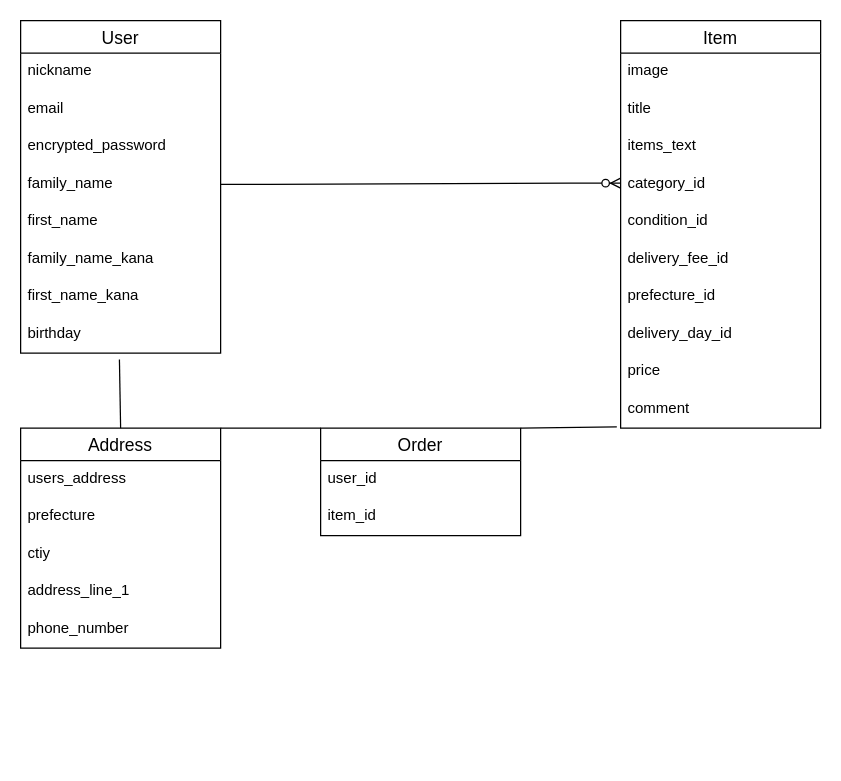
Before: furima.dio in tomo1123/furima-39631, a draw.io diagram. Source tidied: cells renumbered, new cells numbered last; positions are measured from the earlier drawing's top-left corner, leaving out a move shared by most shapes. Both pictures are drawn from the tidied source at 125%, with x=0, y=0 at pixel (20, 20).
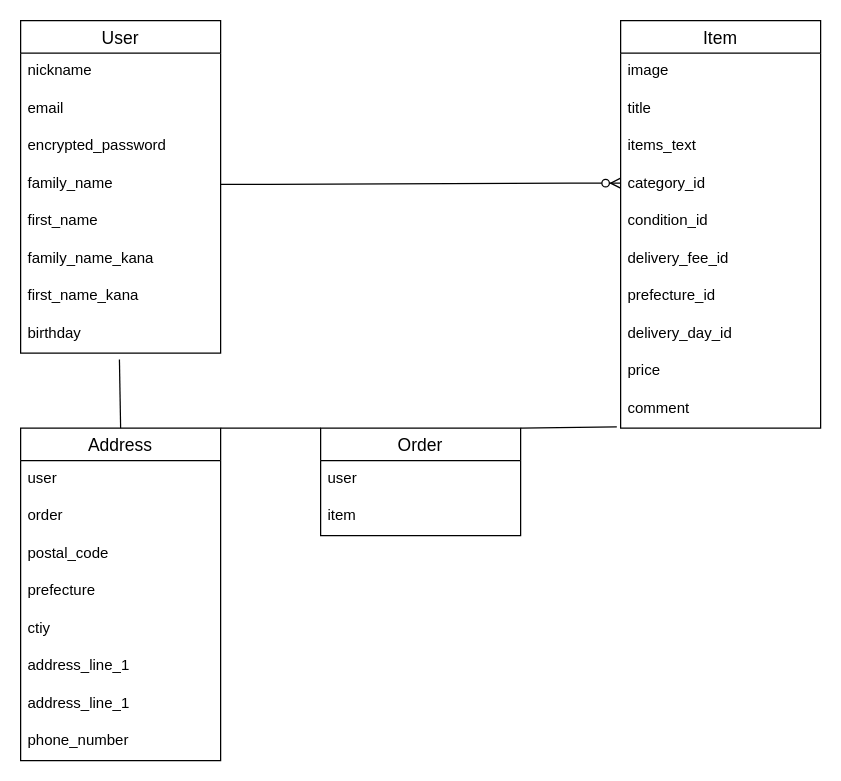
After the change.

Unchanged cells that the change refers to:
```xml
<mxCell id="22" value="Order" style="swimlane;fontStyle=0;horizontal=1;startSize=26;align=center;fontSize=14;" parent="1" vertex="1">
  <mxGeometry x="240" y="326" width="160" height="86" as="geometry" />
</mxCell>
```

Change to the diagram source:
```diff
@@
-    <mxCell id="23" value="user_id" style="text;strokeColor=none;fillColor=none;spacingLeft=4;spacingRight=4;overflow=hidden;fontSize=12;" parent="22" vertex="1">
+    <mxCell id="23" value="user" style="text;strokeColor=none;fillColor=none;spacingLeft=4;spacingRight=4;overflow=hidden;fontSize=12;" parent="22" vertex="1">
       <mxGeometry y="26" width="160" height="30" as="geometry" />
     </mxCell>
-    <mxCell id="24" value="item_id" style="text;strokeColor=none;fillColor=none;spacingLeft=4;spacingRight=4;overflow=hidden;fontSize=12;" parent="22" vertex="1">
+    <mxCell id="24" value="item" style="text;strokeColor=none;fillColor=none;spacingLeft=4;spacingRight=4;overflow=hidden;fontSize=12;" parent="22" vertex="1">
       <mxGeometry y="56" width="160" height="30" as="geometry" />
     </mxCell>
@@
     <mxCell id="28" value="Address" style="swimlane;fontStyle=0;horizontal=1;startSize=26;align=center;fontSize=14;" parent="1" vertex="1">
-      <mxGeometry y="326" width="160" height="176" as="geometry" />
+      <mxGeometry y="326" width="160" height="266" as="geometry" />
     </mxCell>
+    <mxCell id="35" value="user" style="text;strokeColor=none;fillColor=none;spacingLeft=4;spacingRight=4;overflow=hidden;fontSize=12;" parent="28" vertex="1">
+      <mxGeometry y="26" width="160" height="30" as="geometry" />
+    </mxCell>
-    <mxCell id="29" value="users_address" style="text;strokeColor=none;fillColor=none;spacingLeft=4;spacingRight=4;overflow=hidden;fontSize=12;" parent="28" vertex="1">
-      <mxGeometry y="26" width="160" height="30" as="geometry" />
+    <mxCell id="29" value="order" style="text;strokeColor=none;fillColor=none;spacingLeft=4;spacingRight=4;overflow=hidden;fontSize=12;" parent="28" vertex="1">
+      <mxGeometry y="56" width="160" height="30" as="geometry" />
     </mxCell>
+    <mxCell id="36" value="postal_code" style="text;strokeColor=none;fillColor=none;spacingLeft=4;spacingRight=4;overflow=hidden;fontSize=12;" parent="28" vertex="1">
+      <mxGeometry y="86" width="160" height="30" as="geometry" />
+    </mxCell>
     <mxCell id="30" value="prefecture" style="text;strokeColor=none;fillColor=none;spacingLeft=4;spacingRight=4;overflow=hidden;fontSize=12;" parent="28" vertex="1">
-      <mxGeometry y="56" width="160" height="30" as="geometry" />
+      <mxGeometry y="116" width="160" height="30" as="geometry" />
     </mxCell>
     <mxCell id="31" value="ctiy" style="text;strokeColor=none;fillColor=none;spacingLeft=4;spacingRight=4;overflow=hidden;fontSize=12;" parent="28" vertex="1">
-      <mxGeometry y="86" width="160" height="30" as="geometry" />
+      <mxGeometry y="146" width="160" height="30" as="geometry" />
     </mxCell>
     <mxCell id="32" value="address_line_1" style="text;strokeColor=none;fillColor=none;spacingLeft=4;spacingRight=4;overflow=hidden;fontSize=12;" parent="28" vertex="1">
-      <mxGeometry y="116" width="160" height="30" as="geometry" />
+      <mxGeometry y="176" width="160" height="30" as="geometry" />
     </mxCell>
+    <mxCell id="37" value="address_line_1" style="text;strokeColor=none;fillColor=none;spacingLeft=4;spacingRight=4;overflow=hidden;fontSize=12;" parent="28" vertex="1">
+      <mxGeometry y="206" width="160" height="30" as="geometry" />
+    </mxCell>
     <mxCell id="33" value="phone_number" style="text;strokeColor=none;fillColor=none;spacingLeft=4;spacingRight=4;overflow=hidden;fontSize=12;" parent="28" vertex="1">
-      <mxGeometry y="146" width="160" height="30" as="geometry" />
+      <mxGeometry y="236" width="160" height="30" as="geometry" />
     </mxCell>
```
